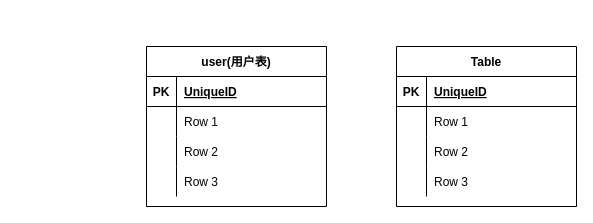
Earlier version of the draw.io diagram save/表设计.drawio (chenweihan/UML). Source tidied: cells renumbered, new cells numbered last; positions are measured from the earlier drawing's top-left corner, leaving out a move shared by most shapes. Both pictures are drawn from the tidied source at 100%, with x=0, y=0 at pixel (146, 46).
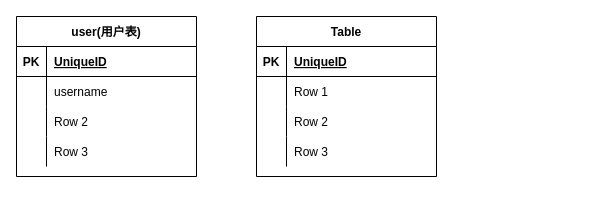
The same page after the edit.

Commit message (it also covers changes not shown here):
更新表设计.drawio

Unchanged cells that the change refers to:
```xml
<mxCell id="6" style="shape=partialRectangle;fillColor=none;top=0;left=0;bottom=0;right=0;" parent="2" vertex="1">
  <mxGeometry y="60" width="180" height="30" as="geometry" />
</mxCell>
```

The edit, as a diff of the source:
```diff
@@
     <mxCell id="2" value="user(用户表)" style="shape=table;startSize=30;childLayout=tableLayout;rowLines=0;fontStyle=1;align=center;" parent="1" vertex="1">
-      <mxGeometry width="180" height="160" as="geometry" />
+      <mxGeometry x="-130" y="-30" width="180" height="160" as="geometry" />
     </mxCell>
@@
-    <mxCell id="8" value="Row 1" style="shape=partialRectangle;fillColor=none;top=0;left=0;bottom=0;right=0;align=left;spacingLeft=6;overflow=hidden;" parent="6" vertex="1">
+    <mxCell id="8" value="username" style="shape=partialRectangle;fillColor=none;top=0;left=0;bottom=0;right=0;align=left;spacingLeft=6;overflow=hidden;" parent="6" vertex="1">
       <mxGeometry x="30" width="150" height="30" as="geometry" />
     </mxCell>
@@
     <mxCell id="15" value="Table" style="shape=table;startSize=30;childLayout=tableLayout;rowLines=0;fontStyle=1;align=center;" parent="1" vertex="1">
-      <mxGeometry x="250" width="180" height="160" as="geometry" />
+      <mxGeometry x="110" y="-30" width="180" height="160" as="geometry" />
     </mxCell>
```
